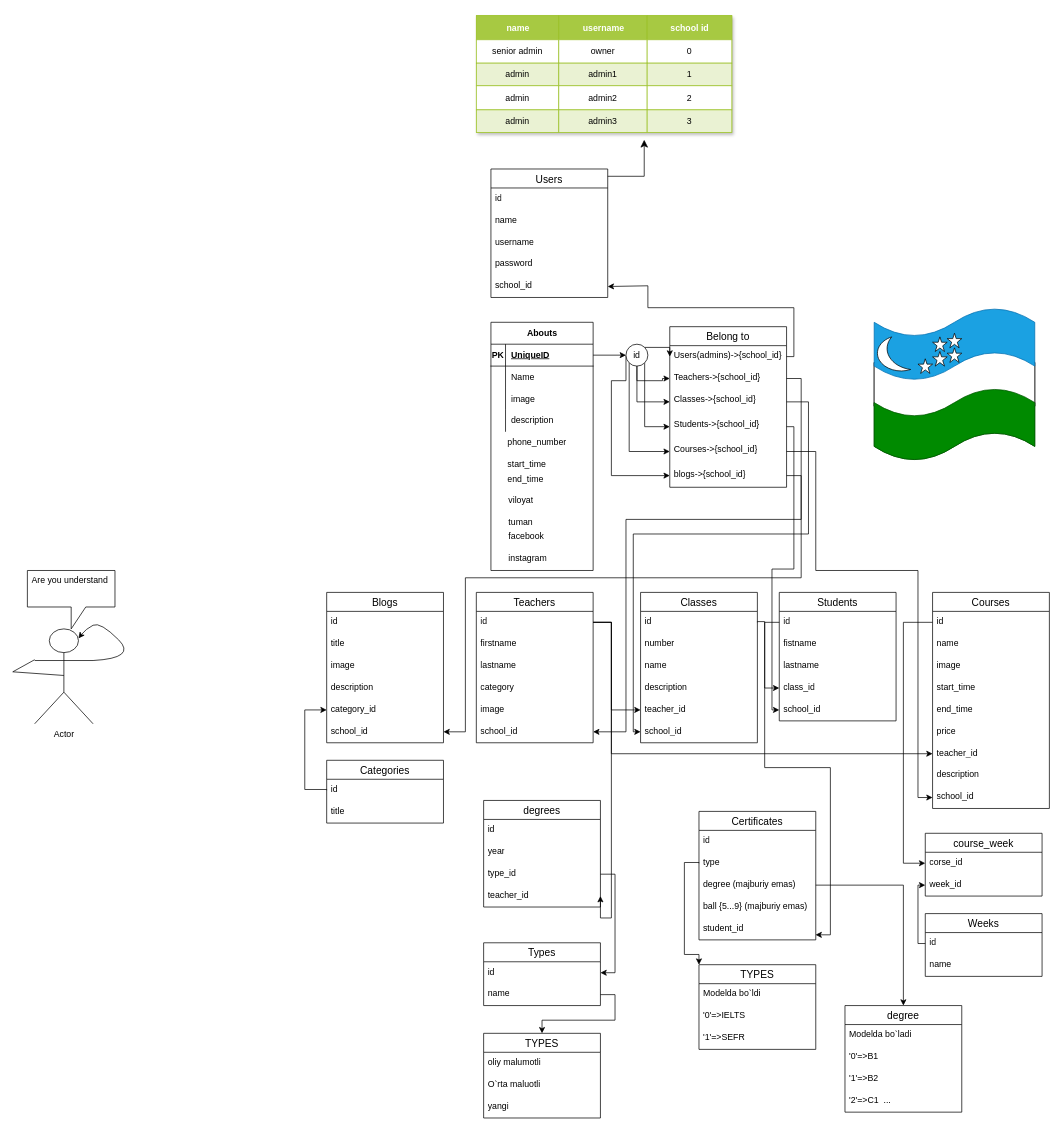
Earlier version of the draw.io diagram page "Page-1" (1 of 2) of school-website/migration.drawio (my-white1/school-website). Source tidied: cells renumbered, new cells numbered last; positions are measured from the earlier drawing's top-left corner, leaving out a move shared by most shapes. Both pictures are drawn from the tidied source at 73%, with x=0, y=0 at pixel (12, 15).
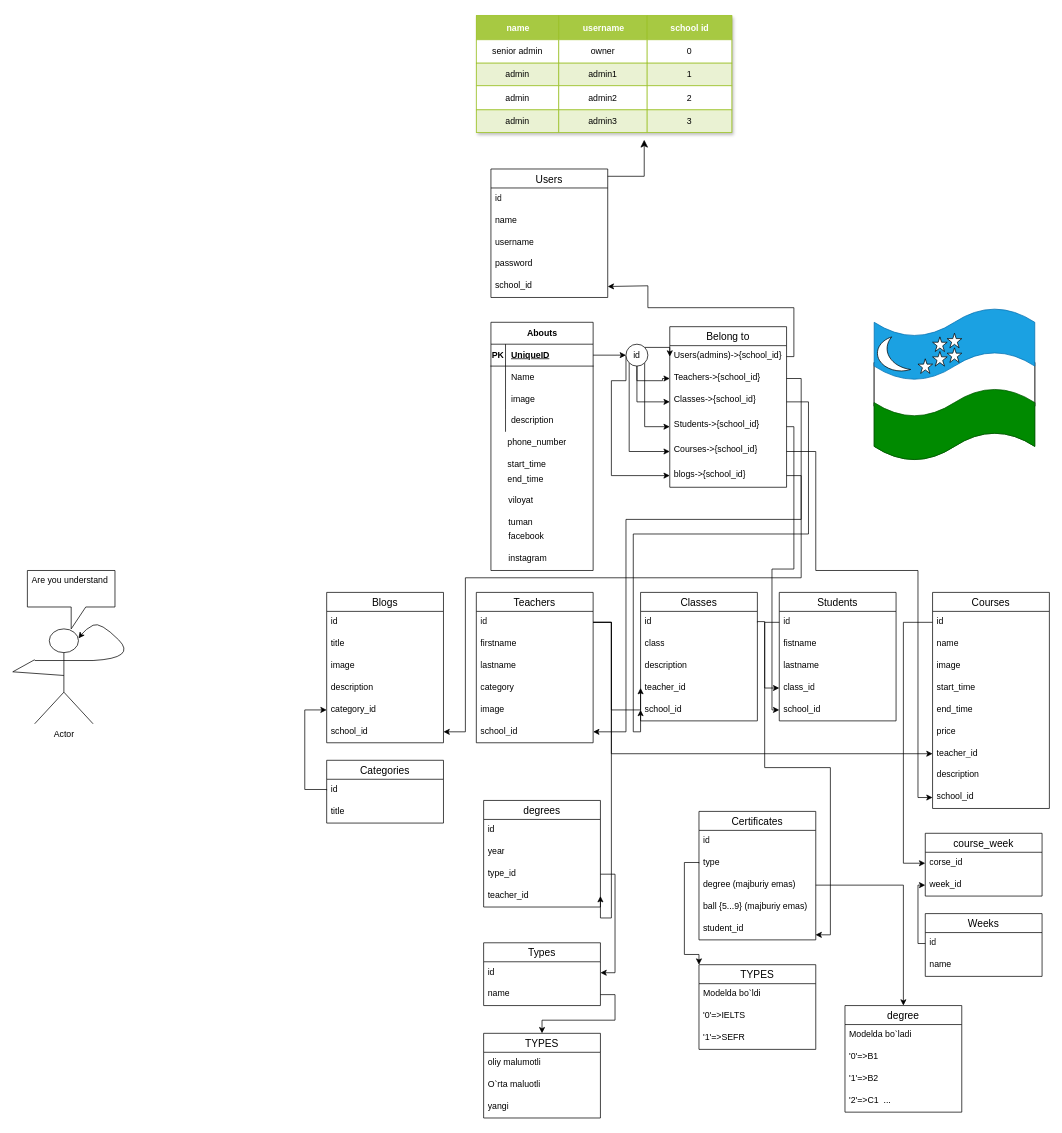
After the change.

What changed in the source:
```diff
@@
     <mxCell id="59" value="Classes" style="swimlane;fontStyle=0;horizontal=1;startSize=26;align=center;fontSize=14;" parent="1" vertex="1">
-      <mxGeometry x="860" y="790" width="160" height="206" as="geometry" />
+      <mxGeometry x="860" y="790" width="160" height="176" as="geometry" />
     </mxCell>
@@
-    <mxCell id="61" value="number" style="text;strokeColor=none;fillColor=none;spacingLeft=4;spacingRight=4;overflow=hidden;fontSize=12;whiteSpace=wrap;html=1;" parent="59" vertex="1">
+    <mxCell id="61" value="class" style="text;strokeColor=none;fillColor=none;spacingLeft=4;spacingRight=4;overflow=hidden;fontSize=12;whiteSpace=wrap;html=1;" parent="59" vertex="1">
       <mxGeometry y="56" width="160" height="30" as="geometry" />
     </mxCell>
-    <mxCell id="62" value="name" style="text;strokeColor=none;fillColor=none;spacingLeft=4;spacingRight=4;overflow=hidden;fontSize=12;whiteSpace=wrap;html=1;" parent="59" vertex="1">
-      <mxGeometry y="86" width="160" height="30" as="geometry" />
-    </mxCell>
     <mxCell id="63" value="description" style="text;strokeColor=none;fillColor=none;spacingLeft=4;spacingRight=4;overflow=hidden;fontSize=12;whiteSpace=wrap;html=1;" parent="59" vertex="1">
-      <mxGeometry y="116" width="160" height="30" as="geometry" />
+      <mxGeometry y="86" width="160" height="30" as="geometry" />
     </mxCell>
     <mxCell id="64" value="teacher_id" style="text;strokeColor=none;fillColor=none;spacingLeft=4;spacingRight=4;overflow=hidden;points=[[0,0.5],[1,0.5]];portConstraint=eastwest;fontSize=12;whiteSpace=wrap;html=1;" parent="59" vertex="1">
-      <mxGeometry y="146" width="160" height="30" as="geometry" />
+      <mxGeometry y="116" width="160" height="30" as="geometry" />
     </mxCell>
     <mxCell id="65" value="school_id" style="text;strokeColor=none;fillColor=none;spacingLeft=4;spacingRight=4;overflow=hidden;points=[[0,0.5],[1,0.5]];portConstraint=eastwest;fontSize=12;whiteSpace=wrap;html=1;" parent="59" vertex="1">
-      <mxGeometry y="176" width="160" height="30" as="geometry" />
+      <mxGeometry y="146" width="160" height="30" as="geometry" />
     </mxCell>
```
